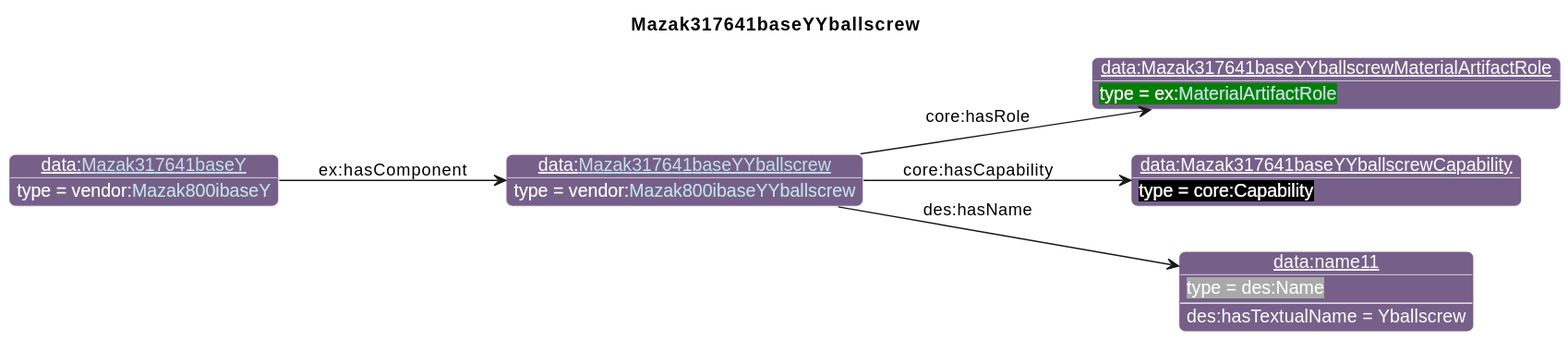
The PlantUML diagram diagrams/Mazak317641baseYYballscrew.svg in iofoundry/example-syseng-mtconnect, before a commit. Source of this version:
```plantuml
@startuml
!include ../iof.iuml

<style>
object {
  HyperlinkColor #C4E1E6
}
</style>

left to right direction
skinparam linetype polyline
title Mazak317641baseYYballscrew

!$default_direction = down

!$namespace_colors = { "bfo":"DFA702",
                      "iof":"1E90FF",
                      "ns":"Green",
                      "ns1":"76608A",
                      "core":"000000",
                      "ex":"Green",
                      "data":"76608A",
                      "vendor":"76608A",
                      "units":"8A2D3B",
                      "cmns-dsg":"3A0519",
                      "qp":"641B2E"
      }
individual(o0, data:[[./Mazak317641baseYYballscrew.html Mazak317641baseYYballscrew]], vendor:[[../Mazak.html#Mazak800ibaseYYballscrew Mazak800ibaseYYballscrew]])
individual(o1, data:Mazak317641baseYYballscrewMaterialArtifactRole, ex:[[../Example.html#MaterialArtifactRole MaterialArtifactRole]])
individual(o2, data:Mazak317641baseYYballscrewCapability, core:Capability)
individual(o3, data:name11, des:Name)
individual(o4, data:[[./Mazak317641baseY.html Mazak317641baseY]], vendor:[[../Mazak.html#Mazak800ibaseY Mazak800ibaseY]])
property(o0, "core:hasRole", o1)
property(o0, "core:hasCapability", o2)
property(o0, "des:hasName", o3)
data(o3, "des:hasTextualName", "Yballscrew")
property(o4, "ex:hasComponent", o0)
@enduml
```
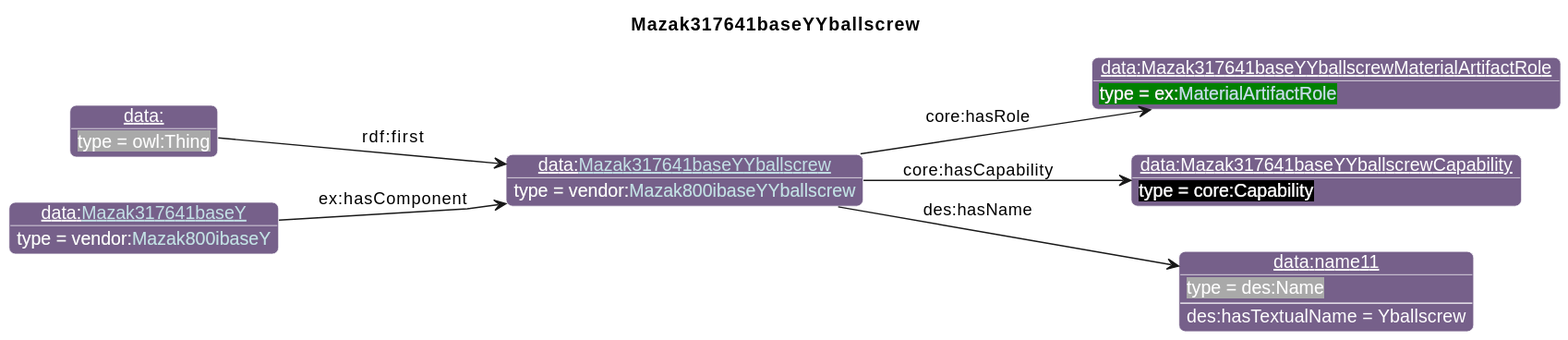
After the commit.

The edit, as a diff of the source:
```diff
@@ -29,10 +29,12 @@
 individual(o1, data:Mazak317641baseYYballscrewMaterialArtifactRole, ex:[[../Example.html#MaterialArtifactRole MaterialArtifactRole]])
 individual(o2, data:Mazak317641baseYYballscrewCapability, core:Capability)
 individual(o3, data:name11, des:Name)
-individual(o4, data:[[./Mazak317641baseY.html Mazak317641baseY]], vendor:[[../Mazak.html#Mazak800ibaseY Mazak800ibaseY]])
+individual(o4, data:, owl:Thing)
+individual(o5, data:[[./Mazak317641baseY.html Mazak317641baseY]], vendor:[[../Mazak.html#Mazak800ibaseY Mazak800ibaseY]])
 property(o0, "core:hasRole", o1)
 property(o0, "core:hasCapability", o2)
 property(o0, "des:hasName", o3)
 data(o3, "des:hasTextualName", "Yballscrew")
-property(o4, "ex:hasComponent", o0)
+property(o4, "rdf:first", o0)
+property(o5, "ex:hasComponent", o0)
 @enduml
```
